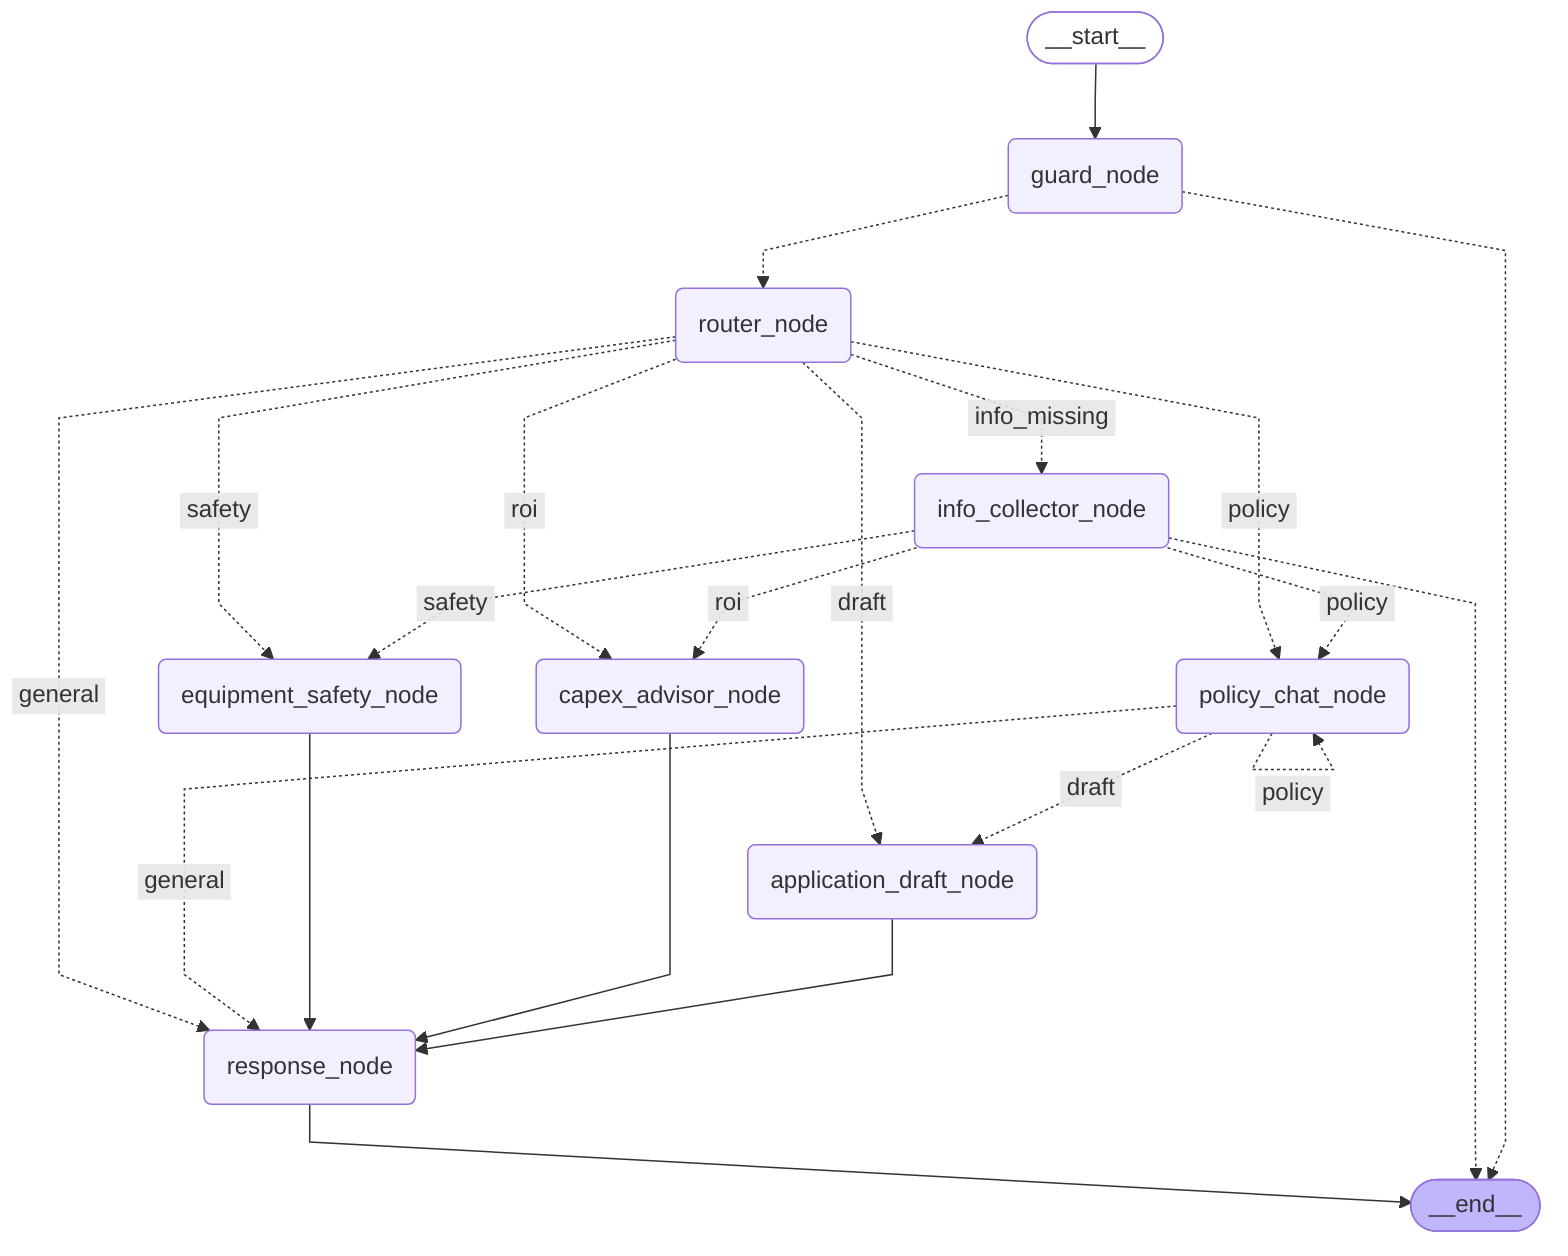
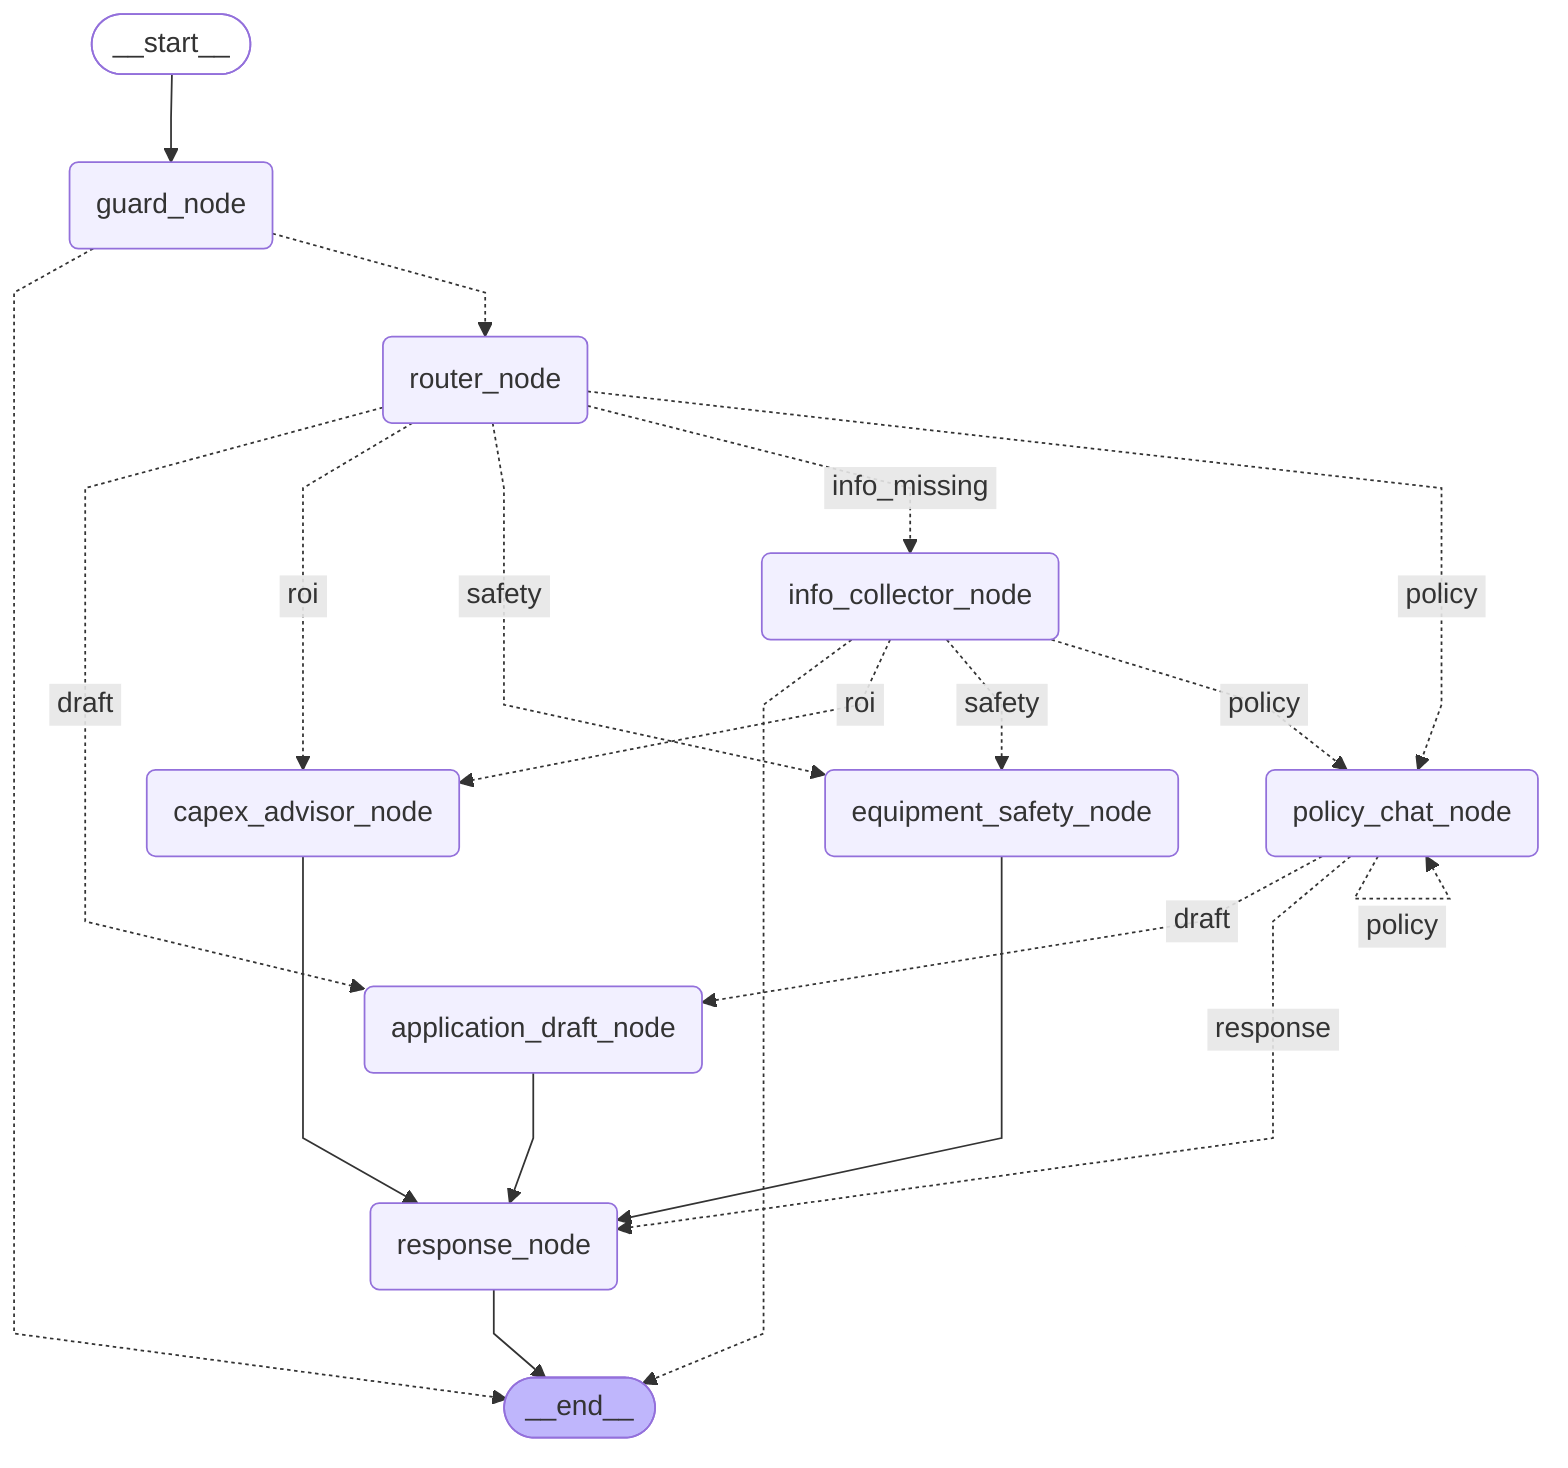
---
config:
  flowchart:
    curve: linear
---
graph TD;
	__start__([<p>__start__</p>]):::first
	guard_node(guard_node)
	router_node(router_node)
	info_collector_node(info_collector_node)
	capex_advisor_node(capex_advisor_node)
	policy_chat_node(policy_chat_node)
	application_draft_node(application_draft_node)
	equipment_safety_node(equipment_safety_node)
	response_node(response_node)
	__end__([<p>__end__</p>]):::last
	__start__ --> guard_node;
	application_draft_node --> response_node;
	capex_advisor_node --> response_node;
	equipment_safety_node --> response_node;
	guard_node -.-> __end__;
	guard_node -.-> router_node;
	info_collector_node -.-> __end__;
	info_collector_node -. &nbsp;roi&nbsp; .-> capex_advisor_node;
	info_collector_node -. &nbsp;safety&nbsp; .-> equipment_safety_node;
	info_collector_node -. &nbsp;policy&nbsp; .-> policy_chat_node;
	policy_chat_node -. &nbsp;draft&nbsp; .-> application_draft_node;
- 	policy_chat_node -. &nbsp;general&nbsp; .-> response_node;
+ 	policy_chat_node -. &nbsp;response&nbsp; .-> response_node;
	router_node -. &nbsp;draft&nbsp; .-> application_draft_node;
	router_node -. &nbsp;roi&nbsp; .-> capex_advisor_node;
	router_node -. &nbsp;safety&nbsp; .-> equipment_safety_node;
	router_node -. &nbsp;info_missing&nbsp; .-> info_collector_node;
	router_node -. &nbsp;policy&nbsp; .-> policy_chat_node;
- 	router_node -. &nbsp;general&nbsp; .-> response_node;
	response_node --> __end__;
	policy_chat_node -. &nbsp;policy&nbsp; .-> policy_chat_node;
	classDef default fill:#f2f0ff,line-height:1.2
	classDef first fill-opacity:0
	classDef last fill:#bfb6fc
